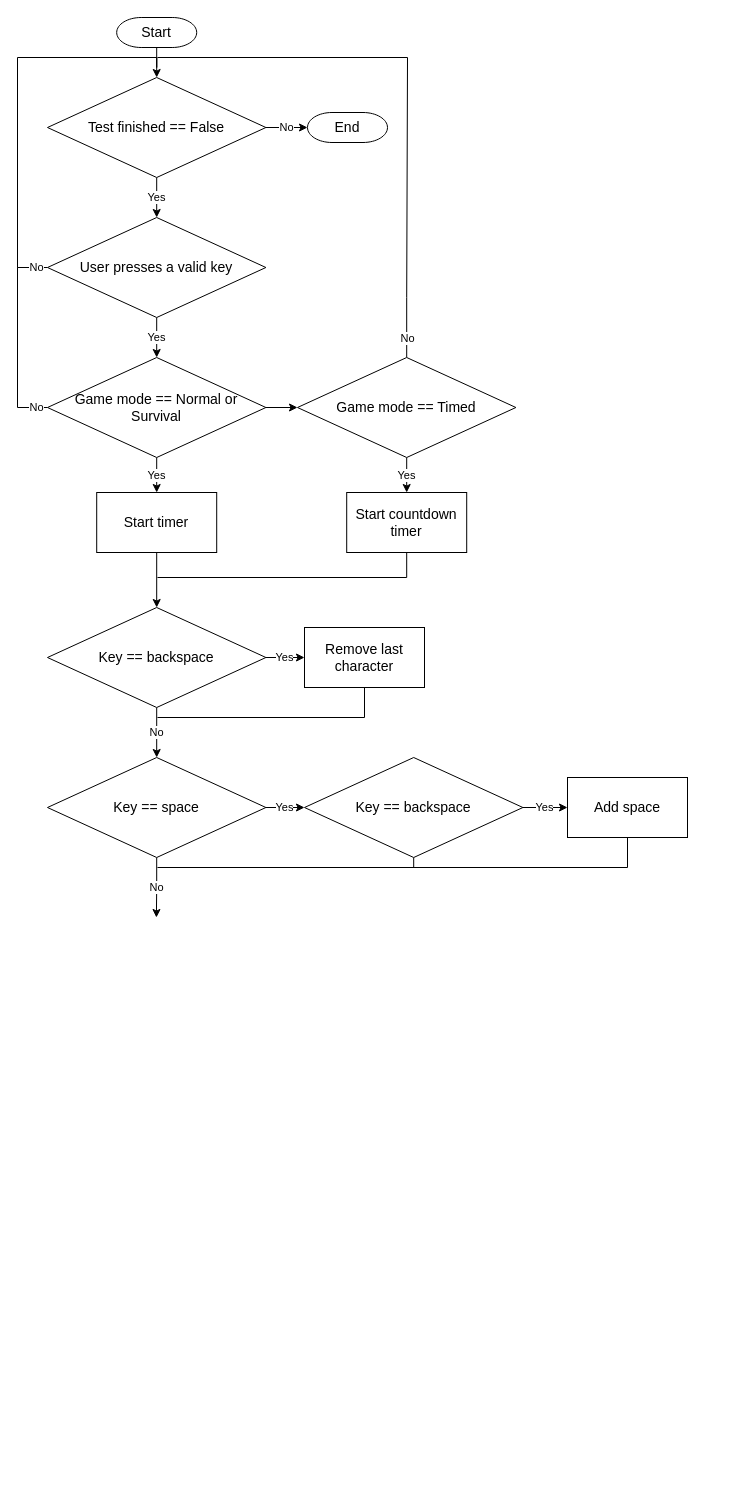
The draw.io diagram diagrams/algorithms/textHandleAlgo.drawio in Bxnetic/wahtype, before the edit. Source tidied: cells renumbered, new cells numbered last; positions are measured from the earlier drawing's top-left corner, leaving out a move shared by most shapes. Both pictures are drawn from the tidied source at 100%, with x=0, y=0 at pixel (17, 17).
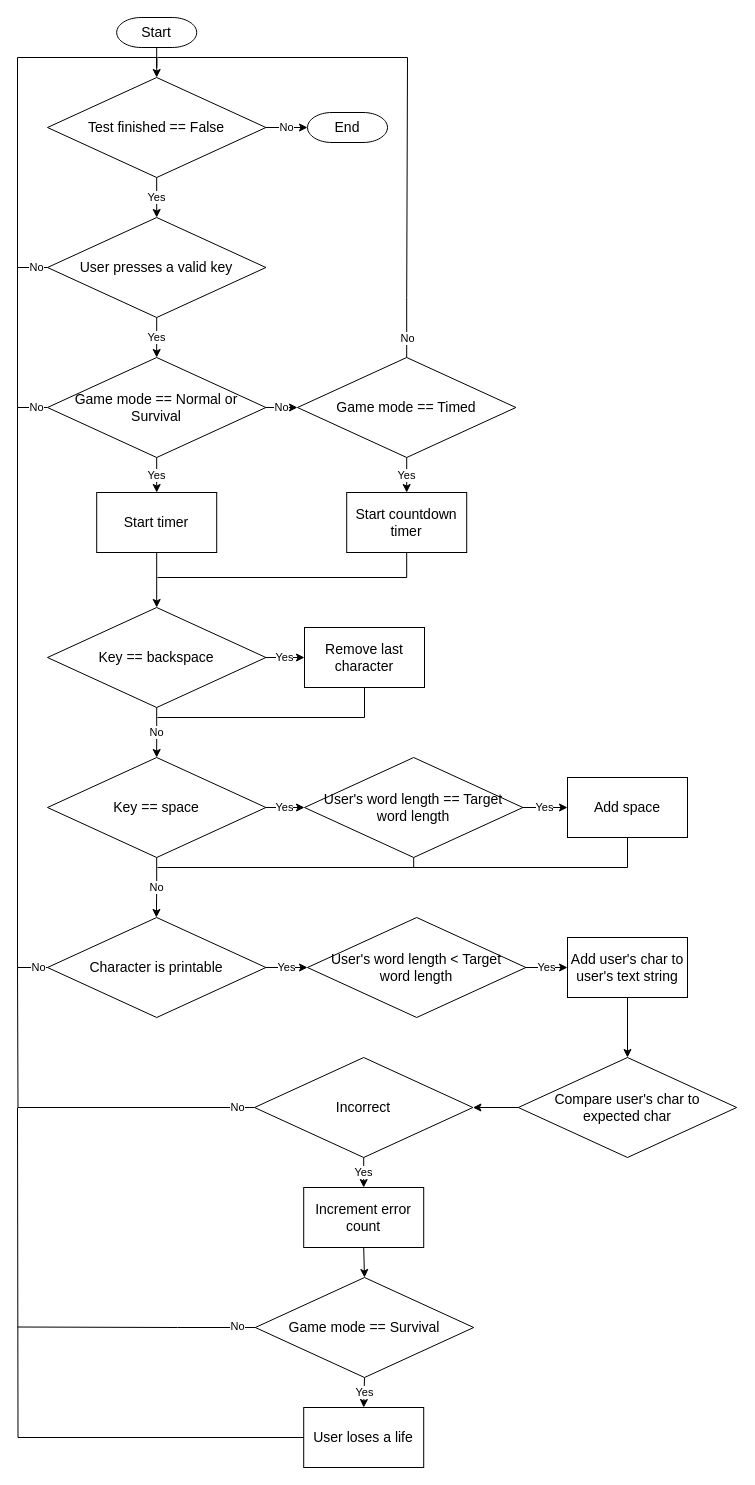
Above is the later version.

Unchanged cells that the change refers to:
```xml
<mxCell id="18" value="Game mode == Normal or Survival" style="rhombus;html=1;spacing=9;spacingLeft=0;whiteSpace=wrap;labelPosition=center;verticalLabelPosition=middle;align=center;verticalAlign=middle;spacingBottom=0;gradientColor=none;fillColor=default;strokeColor=default;fontFamily=Helvetica;fontSize=14;fontColor=default;fontStyle=0;" parent="1" vertex="1">
  <mxGeometry x="30" y="340" width="218.4" height="100" as="geometry" />
</mxCell>
<mxCell id="21" value="Game mode == Timed" style="rhombus;html=1;spacing=9;spacingLeft=0;whiteSpace=wrap;labelPosition=center;verticalLabelPosition=middle;align=center;verticalAlign=middle;spacingBottom=0;gradientColor=none;fillColor=default;strokeColor=default;fontFamily=Helvetica;fontSize=14;fontColor=default;fontStyle=0;" parent="1" vertex="1">
  <mxGeometry x="280" y="340" width="218.4" height="100" as="geometry" />
</mxCell>
```

Diff of the diagram source:
```diff
@@
-    <mxCell id="16" style="edgeStyle=orthogonalEdgeStyle;rounded=0;jettySize=auto;html=1;exitX=1;exitY=0.5;exitDx=0;exitDy=0;entryX=0;entryY=0.5;entryDx=0;entryDy=0;" parent="1" edge="1" source="18" target="21">
+    <mxCell id="16" value="No" style="edgeStyle=orthogonalEdgeStyle;rounded=0;jettySize=auto;html=1;exitX=1;exitY=0.5;exitDx=0;exitDy=0;entryX=0;entryY=0.5;entryDx=0;entryDy=0;" parent="1" edge="1" source="18" target="21">
       <mxGeometry relative="1" as="geometry" />
     </mxCell>
@@
-    <mxCell id="34" value="Key == backspace" style="rhombus;html=1;spacing=9;spacingLeft=0;whiteSpace=wrap;labelPosition=center;verticalLabelPosition=middle;align=center;verticalAlign=middle;spacingBottom=0;gradientColor=none;fillColor=default;strokeColor=default;fontFamily=Helvetica;fontSize=14;fontColor=default;fontStyle=0;" parent="1" vertex="1">
+    <mxCell id="34" value="User's word length == T&lt;span style=&quot;background-color: transparent; color: light-dark(rgb(0, 0, 0), rgb(255, 255, 255));&quot;&gt;arget word length&lt;/span&gt;" style="rhombus;html=1;spacing=9;spacingLeft=0;whiteSpace=wrap;labelPosition=center;verticalLabelPosition=middle;align=center;verticalAlign=middle;spacingBottom=0;gradientColor=none;fillColor=default;strokeColor=default;fontFamily=Helvetica;fontSize=14;fontColor=default;fontStyle=0;" parent="1" vertex="1">
       <mxGeometry x="287" y="740" width="218.4" height="100" as="geometry" />
     </mxCell>
@@
+    <mxCell id="37" value="No" style="edgeStyle=orthogonalEdgeStyle;rounded=0;jettySize=auto;html=1;exitX=0;exitY=0.5;exitDx=0;exitDy=0;endArrow=none;endFill=0;" parent="1" edge="1" source="39">
+      <mxGeometry x="-0.97" relative="1" as="geometry">
+        <mxPoint y="390" as="targetPoint" />
+        <Array as="points">
+          <mxPoint y="950" />
+        </Array>
+      </mxGeometry>
+    </mxCell>
+    <mxCell id="38" value="Yes" style="edgeStyle=orthogonalEdgeStyle;rounded=0;jettySize=auto;html=1;exitX=1;exitY=0.5;exitDx=0;exitDy=0;entryX=0;entryY=0.5;entryDx=0;entryDy=0;" parent="1" edge="1" source="39" target="41">
+      <mxGeometry relative="1" as="geometry" />
+    </mxCell>
+    <mxCell id="39" value="Character is printable" style="rhombus;html=1;spacing=9;spacingLeft=0;whiteSpace=wrap;labelPosition=center;verticalLabelPosition=middle;align=center;verticalAlign=middle;spacingBottom=0;gradientColor=none;fillColor=default;strokeColor=default;fontFamily=Helvetica;fontSize=14;fontColor=default;fontStyle=0;" parent="1" vertex="1">
+      <mxGeometry x="30" y="900" width="218.4" height="100" as="geometry" />
+    </mxCell>
+    <mxCell id="40" value="Yes" style="edgeStyle=orthogonalEdgeStyle;rounded=0;jettySize=auto;html=1;exitX=1;exitY=0.5;exitDx=0;exitDy=0;entryX=0;entryY=0.5;entryDx=0;entryDy=0;" parent="1" edge="1" source="41" target="43">
+      <mxGeometry relative="1" as="geometry" />
+    </mxCell>
+    <mxCell id="41" value="User's word length &amp;lt; Target word length" style="rhombus;html=1;spacing=9;spacingLeft=0;whiteSpace=wrap;labelPosition=center;verticalLabelPosition=middle;align=center;verticalAlign=middle;spacingBottom=0;gradientColor=none;fillColor=default;strokeColor=default;fontFamily=Helvetica;fontSize=14;fontColor=default;fontStyle=0;" parent="1" vertex="1">
+      <mxGeometry x="290" y="900" width="218.4" height="100" as="geometry" />
+    </mxCell>
+    <mxCell id="42" style="edgeStyle=orthogonalEdgeStyle;rounded=0;jettySize=auto;html=1;exitX=0.5;exitY=1;exitDx=0;exitDy=0;entryX=0.5;entryY=0;entryDx=0;entryDy=0;" parent="1" edge="1" source="43" target="45">
+      <mxGeometry relative="1" as="geometry" />
+    </mxCell>
+    <mxCell id="43" value="Add user's char to user's text string" style="rounded=0;whiteSpace=wrap;html=1;fontSize=14;" parent="1" vertex="1">
+      <mxGeometry x="550" y="920" width="120" height="60" as="geometry" />
+    </mxCell>
+    <mxCell id="44" style="edgeStyle=orthogonalEdgeStyle;rounded=0;jettySize=auto;html=1;exitX=0;exitY=0.5;exitDx=0;exitDy=0;entryX=1;entryY=0.5;entryDx=0;entryDy=0;" parent="1" edge="1" source="45" target="48">
+      <mxGeometry relative="1" as="geometry" />
+    </mxCell>
+    <mxCell id="45" value="Compare user's char to expected char" style="rhombus;html=1;spacing=9;spacingLeft=0;whiteSpace=wrap;labelPosition=center;verticalLabelPosition=middle;align=center;verticalAlign=middle;spacingBottom=0;gradientColor=none;fillColor=default;strokeColor=default;fontFamily=Helvetica;fontSize=14;fontColor=default;fontStyle=0;" parent="1" vertex="1">
+      <mxGeometry x="500.8" y="1040" width="218.4" height="100" as="geometry" />
+    </mxCell>
+    <mxCell id="46" value="Yes" style="edgeStyle=orthogonalEdgeStyle;rounded=0;jettySize=auto;html=1;exitX=0.5;exitY=1;exitDx=0;exitDy=0;entryX=0.5;entryY=0;entryDx=0;entryDy=0;" parent="1" edge="1" source="48" target="50">
+      <mxGeometry relative="1" as="geometry" />
+    </mxCell>
+    <mxCell id="47" value="No" style="edgeStyle=orthogonalEdgeStyle;rounded=0;jettySize=auto;html=1;exitX=0;exitY=0.5;exitDx=0;exitDy=0;endArrow=none;endFill=0;" parent="1" edge="1" source="48">
+      <mxGeometry x="-0.91" relative="1" as="geometry">
+        <mxPoint y="950" as="targetPoint" />
+      </mxGeometry>
+    </mxCell>
+    <mxCell id="48" value="Incorrect" style="rhombus;html=1;spacing=9;spacingLeft=0;whiteSpace=wrap;labelPosition=center;verticalLabelPosition=middle;align=center;verticalAlign=middle;spacingBottom=0;gradientColor=none;fillColor=default;strokeColor=default;fontFamily=Helvetica;fontSize=14;fontColor=default;fontStyle=0;" parent="1" vertex="1">
+      <mxGeometry x="237" y="1040" width="218.4" height="100" as="geometry" />
+    </mxCell>
+    <mxCell id="49" style="edgeStyle=orthogonalEdgeStyle;rounded=0;jettySize=auto;html=1;exitX=0.5;exitY=1;exitDx=0;exitDy=0;entryX=0.5;entryY=0;entryDx=0;entryDy=0;" parent="1" edge="1" source="50" target="53">
+      <mxGeometry relative="1" as="geometry" />
+    </mxCell>
+    <mxCell id="50" value="Increment error count" style="rounded=0;whiteSpace=wrap;html=1;fontSize=14;" parent="1" vertex="1">
+      <mxGeometry x="286.2" y="1170" width="120" height="60" as="geometry" />
+    </mxCell>
+    <mxCell id="51" value="Yes" style="edgeStyle=orthogonalEdgeStyle;rounded=0;jettySize=auto;html=1;exitX=0.5;exitY=1;exitDx=0;exitDy=0;entryX=0.5;entryY=0;entryDx=0;entryDy=0;" parent="1" edge="1" source="53" target="55">
+      <mxGeometry relative="1" as="geometry" />
+    </mxCell>
+    <mxCell id="52" value="No" style="edgeStyle=orthogonalEdgeStyle;rounded=0;jettySize=auto;html=1;exitX=0;exitY=0.5;exitDx=0;exitDy=0;endArrow=none;endFill=0;" parent="1" edge="1" source="53">
+      <mxGeometry x="-0.85" y="-1" relative="1" as="geometry">
+        <mxPoint y="1309.5" as="targetPoint" />
+        <Array as="points">
+          <mxPoint x="160" y="1310" />
+        </Array>
+      </mxGeometry>
+    </mxCell>
+    <mxCell id="53" value="Game mode == Survival" style="rhombus;html=1;spacing=9;spacingLeft=0;whiteSpace=wrap;labelPosition=center;verticalLabelPosition=middle;align=center;verticalAlign=middle;spacingBottom=0;gradientColor=none;fillColor=default;strokeColor=default;fontFamily=Helvetica;fontSize=14;fontColor=default;fontStyle=0;" parent="1" vertex="1">
+      <mxGeometry x="237.8" y="1260" width="218.4" height="100" as="geometry" />
+    </mxCell>
+    <mxCell id="54" style="edgeStyle=orthogonalEdgeStyle;rounded=0;jettySize=auto;html=1;exitX=0;exitY=0.5;exitDx=0;exitDy=0;endArrow=none;endFill=0;" parent="1" edge="1" source="55">
+      <mxGeometry relative="1" as="geometry">
+        <mxPoint y="1090" as="targetPoint" />
+      </mxGeometry>
+    </mxCell>
+    <mxCell id="55" value="User loses a life" style="rounded=0;whiteSpace=wrap;html=1;fontSize=14;" parent="1" vertex="1">
+      <mxGeometry x="286.2" y="1390" width="120" height="60" as="geometry" />
+    </mxCell>
```
